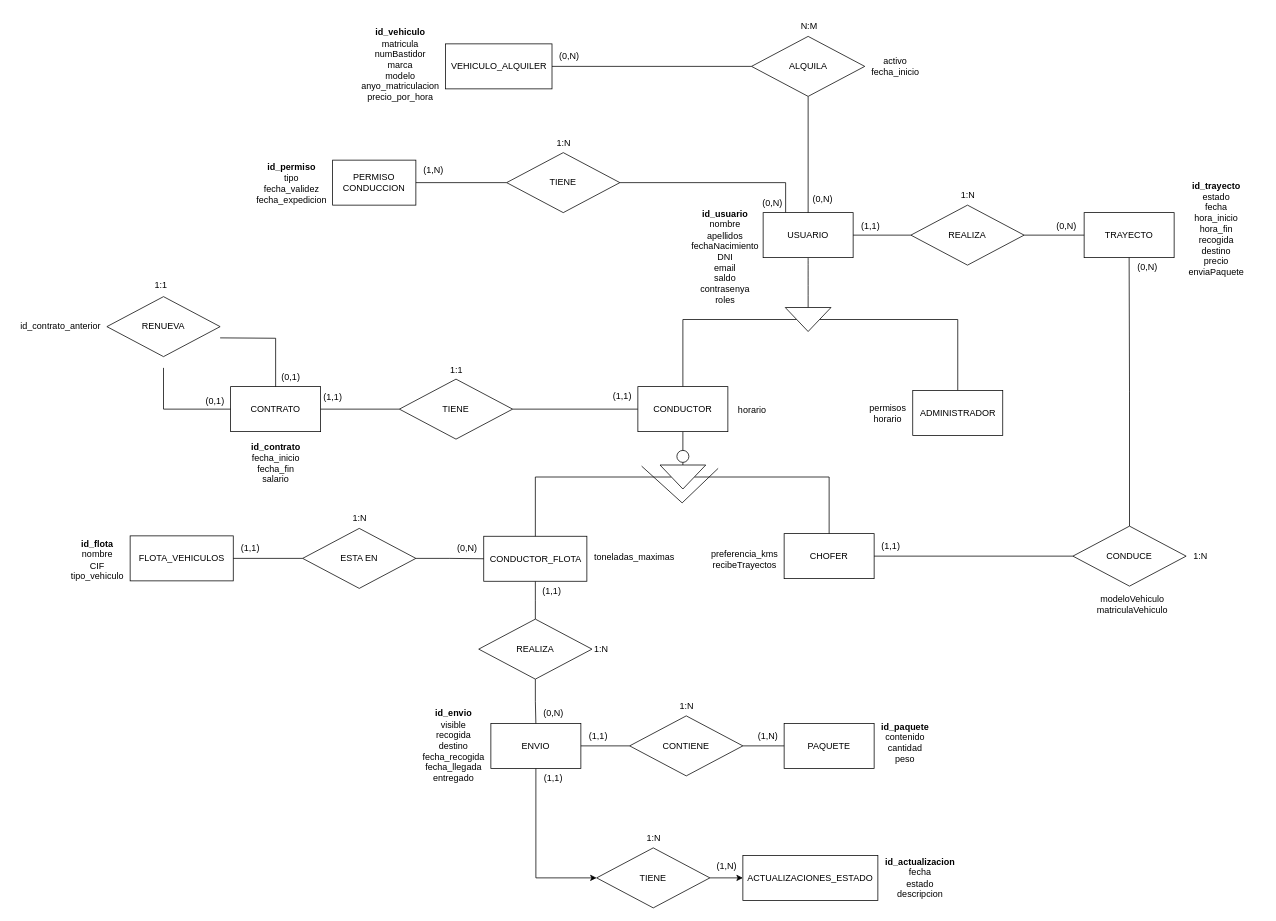
This is Documentation/Diagrams/MER.drawio from Jojo1542/Proyecto-Drivehub, a draw.io file, before an edit. Source tidied: cells renumbered, new cells numbered last; positions are measured from the earlier drawing's top-left corner, leaving out a move shared by most shapes. Both pictures are drawn from the tidied source at 75%, with x=0, y=0 at pixel (13, 16).
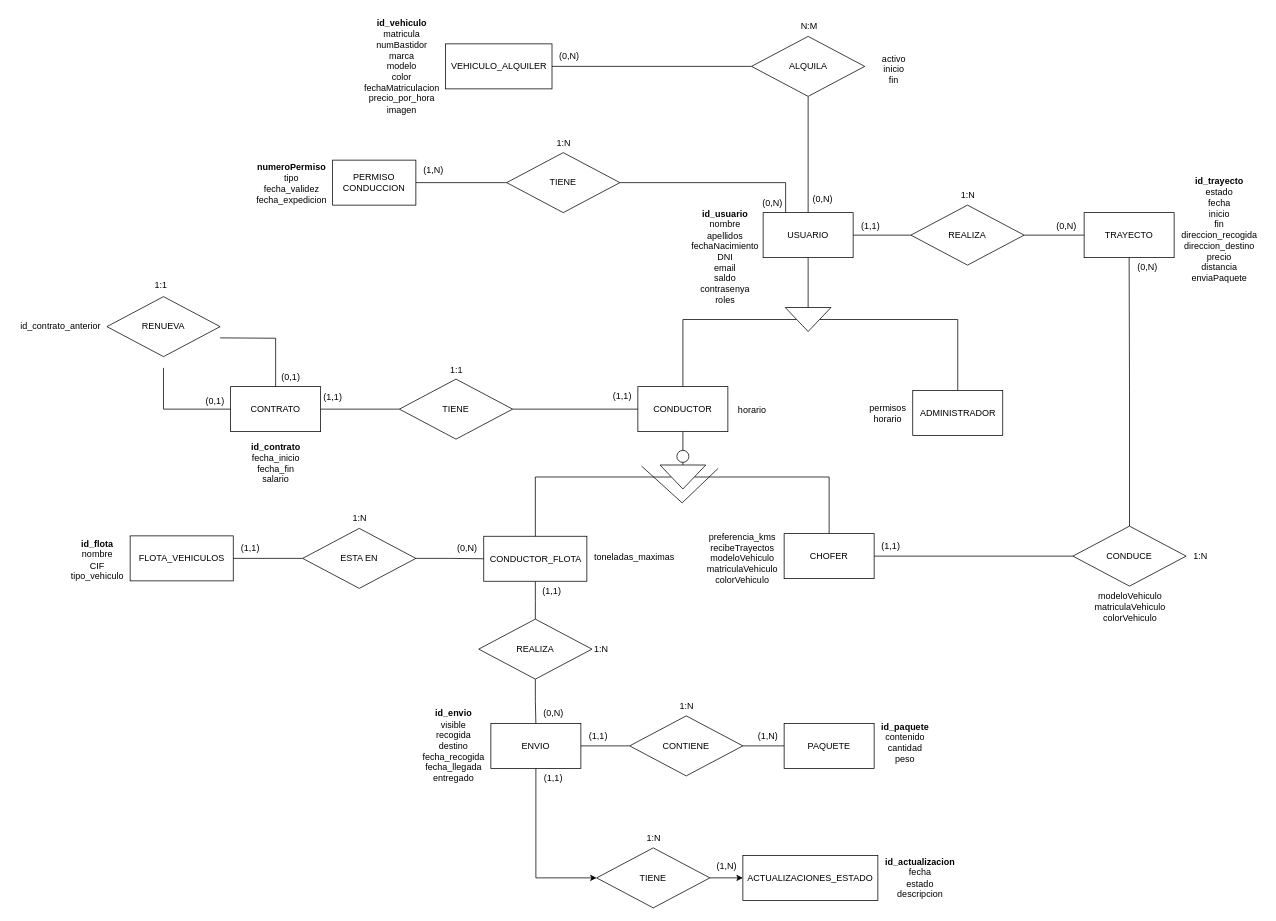
The same page after the edit.

The edit, as a diff of the source:
```diff
@@
-    <mxCell id="11" value="&lt;b&gt;id_permiso&lt;/b&gt;&lt;div&gt;tipo&lt;/div&gt;&lt;div&gt;&lt;div&gt;fecha_validez&lt;/div&gt;&lt;div&gt;fecha_expedicion&lt;/div&gt;&lt;/div&gt;" style="text;html=1;align=center;verticalAlign=middle;strokeColor=none;fillColor=none;" parent="1" vertex="1">
+    <mxCell id="11" value="&lt;b&gt;numeroPermiso&lt;/b&gt;&lt;br&gt;&lt;div&gt;tipo&lt;/div&gt;&lt;div&gt;&lt;div&gt;fecha_validez&lt;/div&gt;&lt;div&gt;fecha_expedicion&lt;/div&gt;&lt;/div&gt;" style="text;html=1;align=center;verticalAlign=middle;strokeColor=none;fillColor=none;" parent="1" vertex="1">
       <mxGeometry x="315" y="187" width="111" height="70" as="geometry" />
     </mxCell>
@@
-    <mxCell id="15" value="&lt;div&gt;preferencia_kms&lt;/div&gt;&lt;div&gt;recibeTrayectos&lt;/div&gt;" style="text;html=1;align=center;verticalAlign=middle;strokeColor=none;fillColor=none;" parent="1" vertex="1">
-      <mxGeometry x="921" y="702" width="107" height="41" as="geometry" />
+    <mxCell id="15" value="&lt;div&gt;preferencia_kms&lt;/div&gt;&lt;div&gt;recibeTrayectos&lt;/div&gt;&lt;div&gt;modeloVehiculo&lt;div&gt;matriculaVehiculo&lt;/div&gt;&lt;div&gt;colorVehiculo&lt;/div&gt;&lt;/div&gt;" style="text;html=1;align=center;verticalAlign=middle;strokeColor=none;fillColor=none;" parent="1" vertex="1">
+      <mxGeometry x="916" y="680" width="112" height="84" as="geometry" />
     </mxCell>
@@
-    <mxCell id="19" value="&lt;b&gt;id_trayecto&lt;/b&gt;&lt;div&gt;estado&lt;/div&gt;&lt;div&gt;fecha&lt;br&gt;&lt;div&gt;hora_inicio&lt;/div&gt;&lt;div&gt;hora_fin&lt;/div&gt;&lt;div&gt;recogida&lt;/div&gt;&lt;/div&gt;&lt;div&gt;destino&lt;/div&gt;&lt;div&gt;precio&lt;/div&gt;&lt;div&gt;enviaPaquete&lt;/div&gt;&lt;div&gt;&lt;br&gt;&lt;/div&gt;" style="text;html=1;align=center;verticalAlign=middle;strokeColor=none;fillColor=none;" parent="1" vertex="1">
-      <mxGeometry x="1558" y="212" width="91" height="156" as="geometry" />
+    <mxCell id="19" value="&lt;b&gt;id_trayecto&lt;/b&gt;&lt;div&gt;estado&lt;/div&gt;&lt;div&gt;fecha&lt;br&gt;&lt;div&gt;inicio&lt;/div&gt;&lt;div&gt;fin&lt;/div&gt;&lt;div&gt;direccion_recogida&lt;/div&gt;&lt;/div&gt;&lt;div&gt;&lt;span style=&quot;background-color: initial;&quot;&gt;direccion_&lt;/span&gt;destino&lt;/div&gt;&lt;div&gt;precio&lt;/div&gt;&lt;div&gt;distancia&lt;/div&gt;&lt;div&gt;enviaPaquete&lt;/div&gt;&lt;div&gt;&lt;br&gt;&lt;/div&gt;" style="text;html=1;align=center;verticalAlign=middle;strokeColor=none;fillColor=none;" parent="1" vertex="1">
+      <mxGeometry x="1548" y="206" width="119" height="170" as="geometry" />
     </mxCell>
@@
-    <mxCell id="24" value="&lt;b&gt;id_vehiculo&lt;/b&gt;&lt;div&gt;&lt;span style=&quot;background-color: initial;&quot;&gt;matricula&lt;/span&gt;&lt;/div&gt;&lt;div&gt;numBastidor&lt;/div&gt;&lt;div&gt;marca&lt;/div&gt;&lt;div&gt;modelo&lt;/div&gt;&lt;div&gt;anyo_matriculacion&lt;/div&gt;&lt;div&gt;precio_por_hora&lt;br&gt;&lt;/div&gt;" style="text;html=1;align=center;verticalAlign=middle;strokeColor=none;fillColor=none;" parent="1" vertex="1">
-      <mxGeometry x="455.5" y="7" width="121" height="113" as="geometry" />
+    <mxCell id="24" value="&lt;b&gt;id_vehiculo&lt;/b&gt;&lt;div&gt;&lt;span style=&quot;background-color: initial;&quot;&gt;matricula&lt;/span&gt;&lt;/div&gt;&lt;div&gt;numBastidor&lt;/div&gt;&lt;div&gt;marca&lt;/div&gt;&lt;div&gt;modelo&lt;/div&gt;&lt;div&gt;color&lt;/div&gt;&lt;div&gt;fechaMatriculacion&lt;/div&gt;&lt;div&gt;precio_por_hora&lt;br&gt;&lt;/div&gt;&lt;div&gt;imagen&lt;/div&gt;" style="text;html=1;align=center;verticalAlign=middle;strokeColor=none;fillColor=none;" parent="1" vertex="1">
+      <mxGeometry x="458.5" y="-5" width="118" height="142" as="geometry" />
     </mxCell>
@@
-    <mxCell id="81" value="activo&lt;div&gt;fecha_inicio&lt;/div&gt;" style="text;html=1;align=center;verticalAlign=middle;strokeColor=none;fillColor=none;" parent="1" vertex="1">
-      <mxGeometry x="1135.5" y="45.5" width="81" height="41" as="geometry" />
+    <mxCell id="81" value="activo&lt;div&gt;inicio&lt;/div&gt;&lt;div&gt;fin&lt;/div&gt;" style="text;html=1;align=center;verticalAlign=middle;strokeColor=none;fillColor=none;" parent="1" vertex="1">
+      <mxGeometry x="1149.5" y="42" width="49" height="55" as="geometry" />
     </mxCell>
@@
-    <mxCell id="93" value="modeloVehiculo&lt;div&gt;matriculaVehiculo&lt;/div&gt;" style="text;html=1;align=center;verticalAlign=middle;strokeColor=none;fillColor=none;" parent="1" vertex="1">
-      <mxGeometry x="1436" y="762" width="112" height="41" as="geometry" />
+    <mxCell id="93" value="modeloVehiculo&lt;div&gt;matriculaVehiculo&lt;/div&gt;&lt;div&gt;colorVehiculo&lt;/div&gt;" style="text;html=1;align=center;verticalAlign=middle;strokeColor=none;fillColor=none;" parent="1" vertex="1">
+      <mxGeometry x="1432.5" y="759" width="112" height="55" as="geometry" />
     </mxCell>
```
